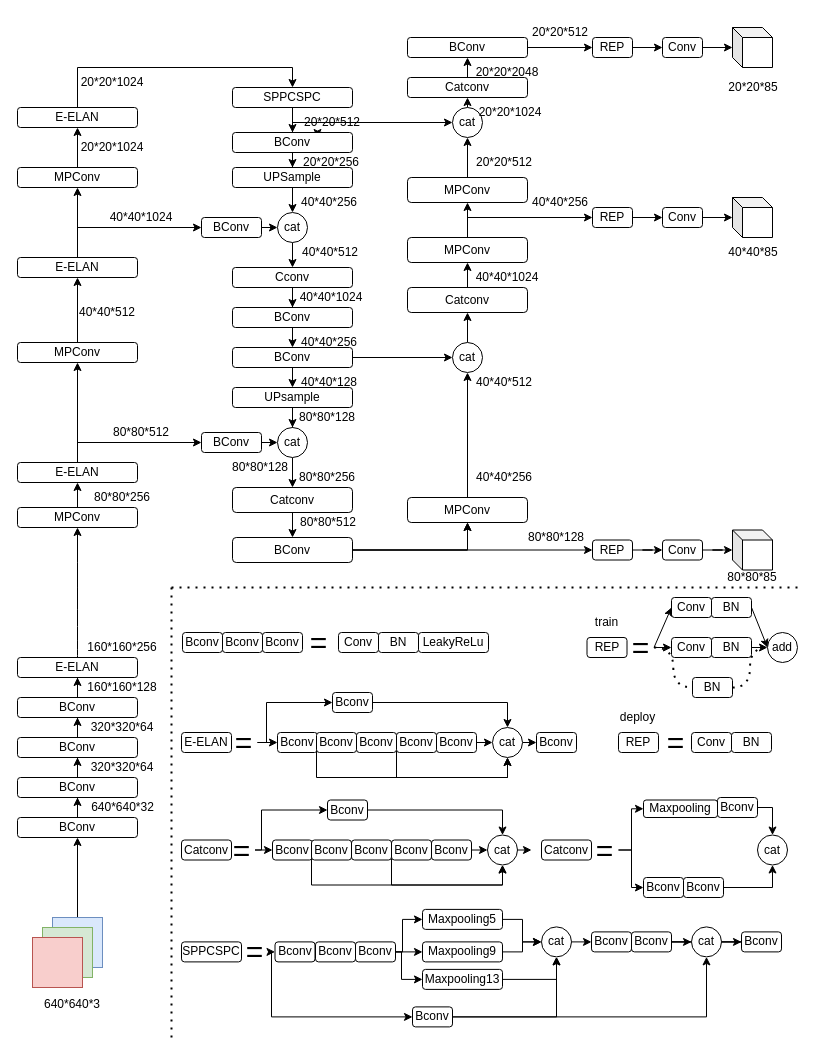
YANGJUNYAN0715/papers keeps this draw.io diagram as yolov7.drawio. Above is the earlier version. Source tidied: cells renumbered, new cells numbered last; positions are measured from the earlier drawing's top-left corner, leaving out a move shared by most shapes. Both pictures are drawn from the tidied source at 100%, with x=0, y=0 at pixel (17, 17).
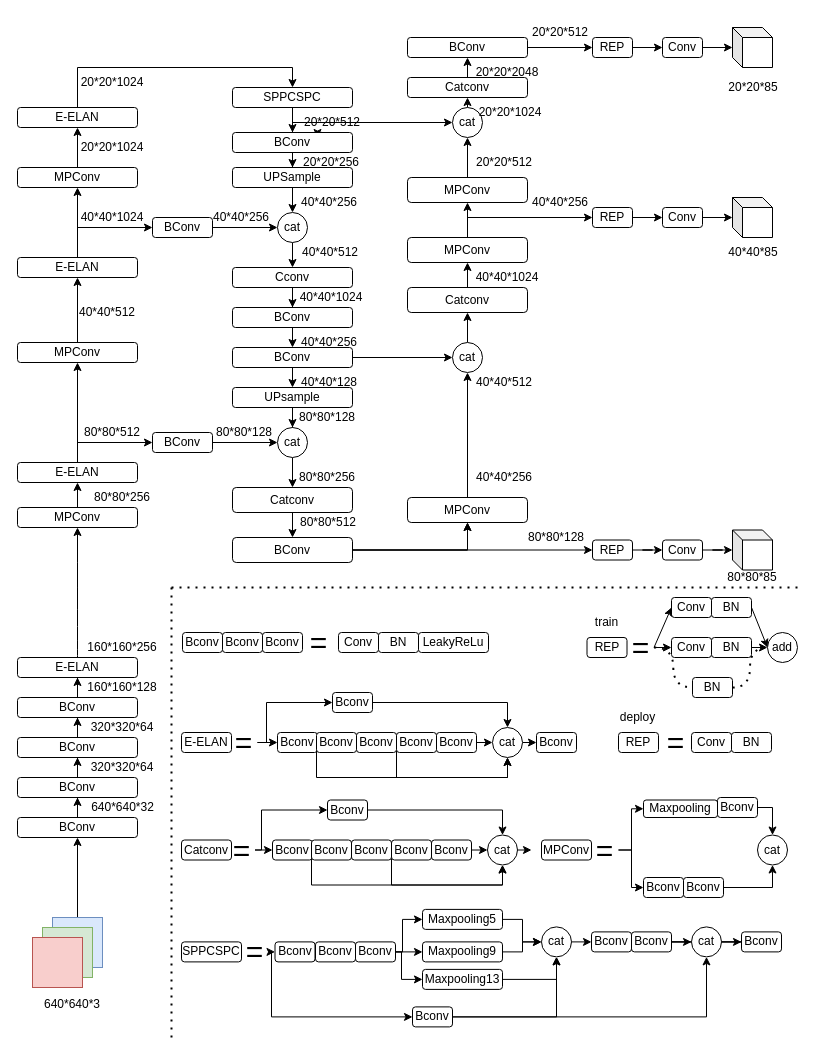
The same diagram, later.

The edit, as a diff of the source:
```diff
@@
     <mxCell id="39" value="BConv" style="rounded=1;whiteSpace=wrap;html=1;" parent="1" vertex="1">
-      <mxGeometry x="184" y="200" width="60" height="20" as="geometry" />
+      <mxGeometry x="135" y="200" width="60" height="20" as="geometry" />
     </mxCell>
@@
     <mxCell id="41" value="BConv" style="rounded=1;whiteSpace=wrap;html=1;" parent="1" vertex="1">
-      <mxGeometry x="184" y="415" width="60" height="20" as="geometry" />
+      <mxGeometry x="135" y="415" width="60" height="20" as="geometry" />
     </mxCell>
@@
-    <mxCell id="126" value="Catconv" style="rounded=1;whiteSpace=wrap;html=1;" parent="1" vertex="1">
+    <mxCell id="126" value="MPConv" style="rounded=1;whiteSpace=wrap;html=1;" parent="1" vertex="1">
       <mxGeometry x="524" y="822.5" width="50" height="20" as="geometry" />
     </mxCell>
@@
     <mxCell id="200" value="80*80*512" style="text;html=1;strokeColor=none;fillColor=none;align=center;verticalAlign=middle;whiteSpace=wrap;rounded=0;strokeWidth=1;fontSize=12;" parent="1" vertex="1">
-      <mxGeometry x="94" y="400" width="60" height="30" as="geometry" />
+      <mxGeometry x="65" y="400" width="60" height="30" as="geometry" />
     </mxCell>
@@
     <mxCell id="202" value="40*40*1024" style="text;html=1;strokeColor=none;fillColor=none;align=center;verticalAlign=middle;whiteSpace=wrap;rounded=0;strokeWidth=1;fontSize=12;" parent="1" vertex="1">
-      <mxGeometry x="94" y="185" width="60" height="30" as="geometry" />
+      <mxGeometry x="65" y="185" width="60" height="30" as="geometry" />
     </mxCell>
@@
     <mxCell id="213" value="80*80*128" style="text;html=1;strokeColor=none;fillColor=none;align=center;verticalAlign=middle;whiteSpace=wrap;rounded=0;strokeWidth=1;fontSize=12;" parent="1" vertex="1">
-      <mxGeometry x="215" y="435" width="56" height="30" as="geometry" />
+      <mxGeometry x="198.5" y="400" width="56" height="30" as="geometry" />
     </mxCell>
@@
+    <mxCell id="228" value="40*40*256" style="text;html=1;strokeColor=none;fillColor=none;align=center;verticalAlign=middle;whiteSpace=wrap;rounded=0;strokeWidth=1;fontSize=12;" parent="1" vertex="1">
+      <mxGeometry x="194" y="185" width="60" height="30" as="geometry" />
+    </mxCell>
```
